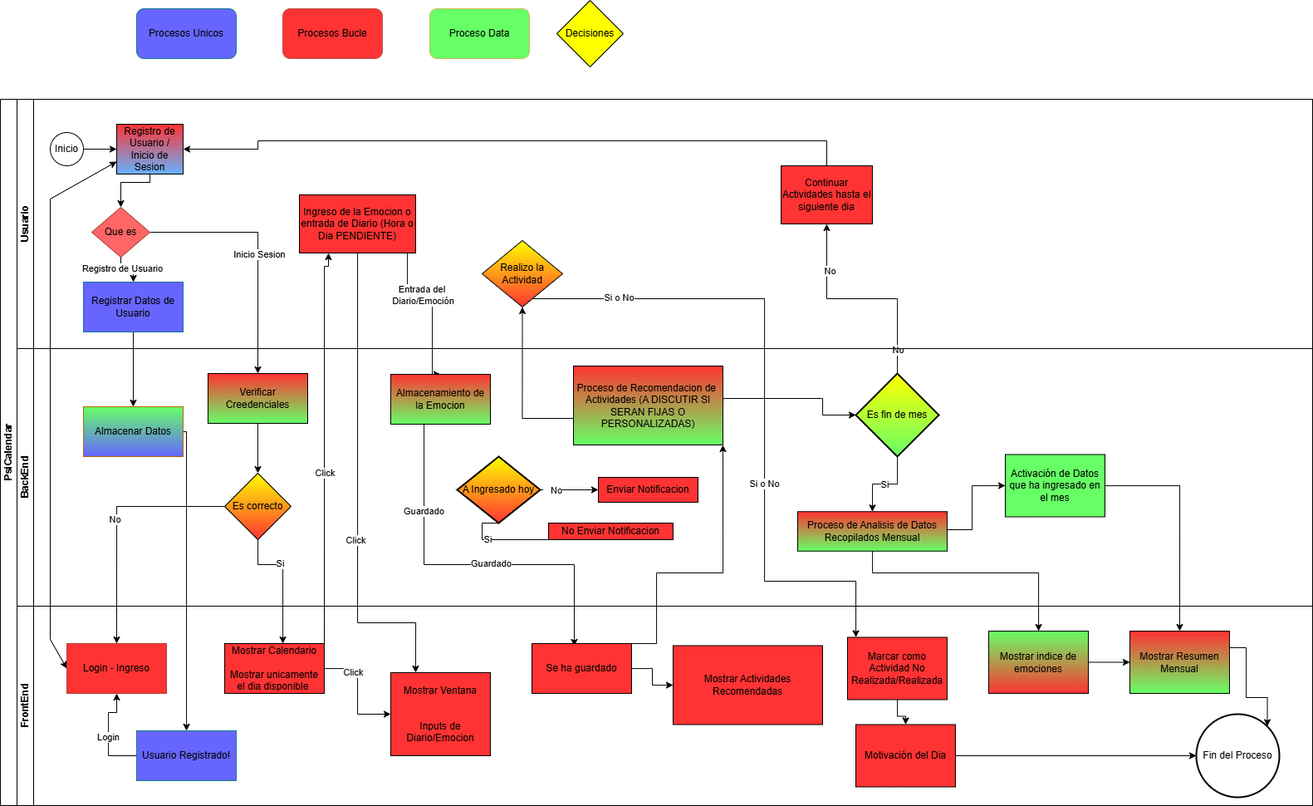
Before: DiagramaPsiCalendar.png, a diagram exported from draw.io (Arielcitoops/PsiCalendar). Source tidied: cells renumbered, new cells last; positions are measured from the earlier drawing's top-left corner, leaving out a move shared by most shapes.
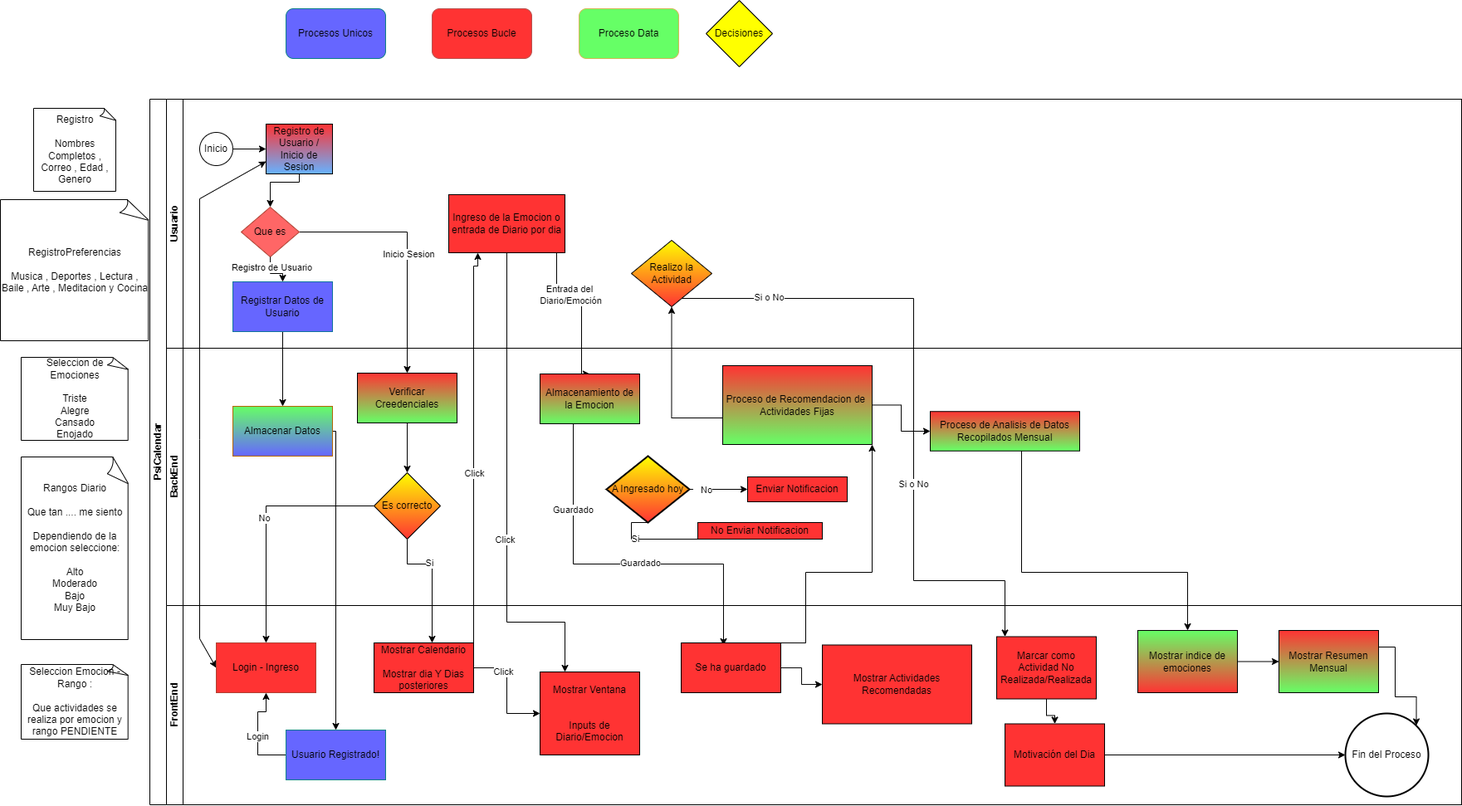
After the commit.

Change to the diagram source:
```diff
@@ -109,15 +109,6 @@
     <mxCell id="23" value="Si o No" style="edgeLabel;html=1;align=center;verticalAlign=middle;" parent="21" vertex="1">
       <mxGeometry x="0.26" y="-1" relative="1" as="geometry" />
     </mxCell>
-    <mxCell id="24" style="edgeStyle=orthogonalEdgeStyle;rounded=0;jettySize=auto;html=1;entryX=0.5;entryY=1;entryDx=0;entryDy=0;" parent="2" edge="1" source="51" target="41">
-      <mxGeometry relative="1" as="geometry" />
-    </mxCell>
-    <mxCell id="25" value="No" style="edgeLabel;html=1;align=center;verticalAlign=middle;" parent="24" vertex="1">
-      <mxGeometry x="0.57" y="-3" relative="1" as="geometry" />
-    </mxCell>
-    <mxCell id="26" value="No" style="edgeLabel;html=1;align=center;verticalAlign=middle;" parent="24" vertex="1">
-      <mxGeometry x="-0.78" relative="1" as="geometry" />
-    </mxCell>
     <mxCell id="27" style="edgeStyle=orthogonalEdgeStyle;rounded=0;jettySize=auto;html=1;" parent="2" edge="1" source="45" target="76">
       <mxGeometry relative="1" as="geometry">
         <Array as="points">
@@ -166,24 +157,12 @@
     <mxCell id="37" value="Registro de Usuario" style="edgeLabel;html=1;align=center;verticalAlign=middle;" parent="36" vertex="1">
       <mxGeometry x="-0.42" y="1" relative="1" as="geometry" />
     </mxCell>
-    <mxCell id="38" value="Ingreso de la Emocion o entrada de Diario (Hora o Dia PENDIENTE)" style="whiteSpace=wrap;html=1;fontColor=#000000;rounded=0;fillColor=#FF3333;" parent="29" vertex="1">
+    <mxCell id="38" value="Ingreso de la Emocion o entrada de Diario por dia" style="whiteSpace=wrap;html=1;fontColor=#000000;rounded=0;fillColor=#FF3333;" parent="29" vertex="1">
       <mxGeometry x="340" y="115" width="140" height="70" as="geometry" />
     </mxCell>
     <mxCell id="39" value="Realizo la Actividad" style="rhombus;whiteSpace=wrap;html=1;fillColor=#FFFF00;gradientColor=#FF3333;" parent="29" vertex="1">
       <mxGeometry x="560" y="170" width="97" height="80" as="geometry" />
     </mxCell>
-    <mxCell id="40" style="edgeStyle=orthogonalEdgeStyle;rounded=0;jettySize=auto;html=1;entryX=1;entryY=0.5;entryDx=0;entryDy=0;" parent="29" edge="1" source="41" target="32">
-      <mxGeometry relative="1" as="geometry">
-        <Array as="points">
-          <mxPoint x="975" y="50" />
-          <mxPoint x="290" y="50" />
-          <mxPoint x="290" y="60" />
-        </Array>
-      </mxGeometry>
-    </mxCell>
-    <mxCell id="41" value="Continuar Actividades hasta el siguiente dia" style="whiteSpace=wrap;html=1;fillColor=#FF3333;" parent="29" vertex="1">
-      <mxGeometry x="920" y="80" width="110" height="70" as="geometry" />
-    </mxCell>
     <mxCell id="42" value="BackEnd" style="swimlane;html=1;startSize=20;horizontal=0;gradientColor=default;fillColor=none;" parent="2" vertex="1">
       <mxGeometry x="20" y="300" width="1560" height="310" as="geometry" />
     </mxCell>
@@ -202,26 +181,12 @@
     <mxCell id="47" value="Almacenamiento de la Emocion" style="rounded=0;whiteSpace=wrap;html=1;fontFamily=Helvetica;fontSize=12;fontColor=#000000;align=center;gradientColor=#66FF66;fillColor=#FF3333;" parent="42" vertex="1">
       <mxGeometry x="450" y="31" width="120" height="60" as="geometry" />
     </mxCell>
+    <mxCell id="91" style="edgeStyle=orthogonalEdgeStyle;rounded=0;jettySize=auto;html=1;entryX=0;entryY=0.5;entryDx=0;entryDy=0;" parent="42" edge="1" source="48" target="61">
+      <mxGeometry relative="1" as="geometry" />
+    </mxCell>
-    <mxCell id="48" value="Proceso de Recomendacion de&amp;nbsp; Actividades (A DISCUTIR SI SERAN FIJAS O PERSONALIZADAS)" style="rounded=0;whiteSpace=wrap;html=1;fontFamily=Helvetica;fontSize=12;fontColor=#000000;align=center;gradientColor=#66FF66;fillColor=#FF3333;" parent="42" vertex="1">
+    <mxCell id="48" value="Proceso de Recomendacion de&amp;nbsp; Actividades Fijas" style="rounded=0;whiteSpace=wrap;html=1;fontFamily=Helvetica;fontSize=12;fontColor=#000000;align=center;gradientColor=#66FF66;fillColor=#FF3333;" parent="42" vertex="1">
       <mxGeometry x="670" y="21" width="180" height="95" as="geometry" />
     </mxCell>
-    <mxCell id="49" style="edgeStyle=orthogonalEdgeStyle;rounded=0;jettySize=auto;html=1;entryX=0.5;entryY=0;entryDx=0;entryDy=0;" parent="42" edge="1" source="51" target="61">
-      <mxGeometry relative="1" as="geometry" />
-    </mxCell>
-    <mxCell id="50" value="Si" style="edgeLabel;html=1;align=center;verticalAlign=middle;" parent="49" vertex="1">
-      <mxGeometry x="0.03" relative="1" as="geometry" />
-    </mxCell>
-    <mxCell id="51" value="Es fin de mes" style="strokeWidth=2;html=1;shape=mxgraph.flowchart.decision;whiteSpace=wrap;fillColor=#FFFF00;gradientColor=#66FF66;" parent="42" vertex="1">
-      <mxGeometry x="1010" y="30" width="100" height="100" as="geometry" />
-    </mxCell>
-    <mxCell id="52" style="edgeStyle=orthogonalEdgeStyle;rounded=0;jettySize=auto;html=1;entryX=0;entryY=0.5;entryDx=0;entryDy=0;entryPerimeter=0;exitX=1;exitY=0.5;exitDx=0;exitDy=0;" parent="42" edge="1" source="48" target="51">
-      <mxGeometry relative="1" as="geometry">
-        <Array as="points">
-          <mxPoint x="970" y="60" />
-          <mxPoint x="970" y="80" />
-        </Array>
-      </mxGeometry>
-    </mxCell>
     <mxCell id="53" style="edgeStyle=orthogonalEdgeStyle;rounded=0;jettySize=auto;html=1;entryX=0;entryY=0.5;entryDx=0;entryDy=0;" parent="42" edge="1" source="57" target="58">
       <mxGeometry relative="1" as="geometry" />
     </mxCell>
@@ -250,21 +215,9 @@
     <mxCell id="59" value="No Enviar Notificacion" style="whiteSpace=wrap;html=1;fillColor=#FF3333;" parent="42" vertex="1">
       <mxGeometry x="640" y="210" width="150" height="20" as="geometry" />
     </mxCell>
-    <mxCell id="60" style="edgeStyle=orthogonalEdgeStyle;rounded=0;jettySize=auto;html=1;entryX=0;entryY=0.5;entryDx=0;entryDy=0;" parent="42" edge="1" source="61" target="62">
-      <mxGeometry relative="1" as="geometry">
-        <Array as="points">
-          <mxPoint x="1040" y="218" />
-          <mxPoint x="1150" y="218" />
-          <mxPoint x="1150" y="220" />
-        </Array>
-      </mxGeometry>
-    </mxCell>
     <mxCell id="61" value="Proceso de Analisis de Datos Recopilados Mensual" style="rounded=0;whiteSpace=wrap;html=1;fontFamily=Helvetica;fontSize=12;fontColor=#000000;align=center;gradientColor=#66FF66;fillColor=#FF3333;" parent="42" vertex="1">
-      <mxGeometry x="940" y="196.2" width="180" height="47.5" as="geometry" />
+      <mxGeometry x="920" y="76.2" width="180" height="47.5" as="geometry" />
     </mxCell>
-    <mxCell id="62" value="Activación de Datos que ha ingresado en el mes" style="whiteSpace=wrap;html=1;fillColor=#66FF66;" parent="42" vertex="1">
-      <mxGeometry x="1190" y="127.5" width="120" height="75" as="geometry" />
-    </mxCell>
     <mxCell id="63" value="FrontEnd" style="swimlane;html=1;startSize=20;horizontal=0;" parent="2" vertex="1">
       <mxGeometry x="20" y="610" width="1560" height="240" as="geometry" />
     </mxCell>
@@ -277,7 +230,7 @@
     <mxCell id="66" value="Click" style="edgeLabel;html=1;align=center;verticalAlign=middle;" parent="65" vertex="1">
       <mxGeometry x="-0.48" y="-4" relative="1" as="geometry" />
     </mxCell>
-    <mxCell id="67" value="Mostrar Calendario&lt;br&gt;&lt;br&gt;Mostrar unicamente el dia disponible&amp;nbsp;" style="whiteSpace=wrap;html=1;fontColor=#000000;rounded=0;fillColor=#FF3333;" parent="63" vertex="1">
+    <mxCell id="67" value="Mostrar Calendario&lt;br&gt;&lt;br&gt;Mostrar dia Y Dias posteriores" style="whiteSpace=wrap;html=1;fontColor=#000000;rounded=0;fillColor=#FF3333;" parent="63" vertex="1">
       <mxGeometry x="250" y="45" width="120" height="60" as="geometry" />
     </mxCell>
     <mxCell id="68" value="Mostrar Ventana&lt;div&gt;&lt;br&gt;&lt;/div&gt;&lt;div&gt;&lt;br&gt;Inputs de Diario/Emocion&lt;/div&gt;" style="rounded=0;whiteSpace=wrap;html=1;fontFamily=Helvetica;fontSize=12;fontColor=#000000;align=center;fillColor=#FF3333;" parent="63" vertex="1">
@@ -351,9 +304,6 @@
         </Array>
       </mxGeometry>
     </mxCell>
-    <mxCell id="86" style="edgeStyle=orthogonalEdgeStyle;rounded=0;jettySize=auto;html=1;entryX=0.5;entryY=0;entryDx=0;entryDy=0;" parent="2" edge="1" source="62" target="83">
-      <mxGeometry relative="1" as="geometry" />
-    </mxCell>
     <mxCell id="87" value="Procesos Unicos" style="rounded=1;whiteSpace=wrap;html=1;fillColor=#6666FF;strokeColor=#0e8088;" parent="1" vertex="1">
       <mxGeometry x="164" y="10" width="120" height="60" as="geometry" />
     </mxCell>
@@ -366,5 +316,20 @@
     <mxCell id="90" value="Decisiones" style="rhombus;whiteSpace=wrap;html=1;fontColor=#000000;rounded=0;fillColor=#FFFF00;" parent="1" vertex="1">
       <mxGeometry x="670" width="80" height="80" as="geometry" />
     </mxCell>
+    <mxCell id="92" value="Registro&lt;br&gt;&lt;br&gt;Nombres Completos , Correo , Edad , Genero" style="whiteSpace=wrap;html=1;shape=mxgraph.basic.document;" parent="1" vertex="1">
+      <mxGeometry x="-140" y="130" width="100" height="100" as="geometry" />
+    </mxCell>
+    <mxCell id="93" value="RegistroPreferencias&lt;br&gt;&lt;br&gt;Musica , Deportes , Lectura , Baile , Arte , Meditacion y Cocina" style="whiteSpace=wrap;html=1;shape=mxgraph.basic.document;" parent="1" vertex="1">
+      <mxGeometry x="-180" y="240" width="180" height="170" as="geometry" />
+    </mxCell>
+    <mxCell id="94" value="Rangos Diario&lt;div&gt;&lt;br&gt;&lt;/div&gt;&lt;div&gt;Que tan .... me siento&lt;br&gt;&lt;br&gt;Dependiendo de la emocion seleccione:&lt;br&gt;&lt;br&gt;Alto&lt;/div&gt;&lt;div&gt;Moderado&lt;/div&gt;&lt;div&gt;Bajo&lt;/div&gt;&lt;div&gt;Muy Bajo&lt;/div&gt;" style="whiteSpace=wrap;html=1;shape=mxgraph.basic.document;" parent="1" vertex="1">
+      <mxGeometry x="-155" y="550" width="130" height="220" as="geometry" />
+    </mxCell>
+    <mxCell id="95" value="Seleccion de Emociones&lt;div&gt;&lt;br&gt;&lt;/div&gt;&lt;div&gt;Triste&lt;/div&gt;&lt;div&gt;Alegre&lt;/div&gt;&lt;div&gt;Cansado&lt;/div&gt;&lt;div&gt;Enojado&lt;/div&gt;" style="whiteSpace=wrap;html=1;shape=mxgraph.basic.document;" parent="1" vertex="1">
+      <mxGeometry x="-155" y="430" width="130" height="100" as="geometry" />
+    </mxCell>
+    <mxCell id="96" value="Seleccion Emocion - Rango :&lt;br&gt;&lt;br&gt;Que actividades se realiza por emocion y rango PENDIENTE" style="whiteSpace=wrap;html=1;shape=mxgraph.basic.document;" parent="1" vertex="1">
+      <mxGeometry x="-155" y="800" width="130" height="90" as="geometry" />
+    </mxCell>
   </root>
 </mxGraphModel>
```
